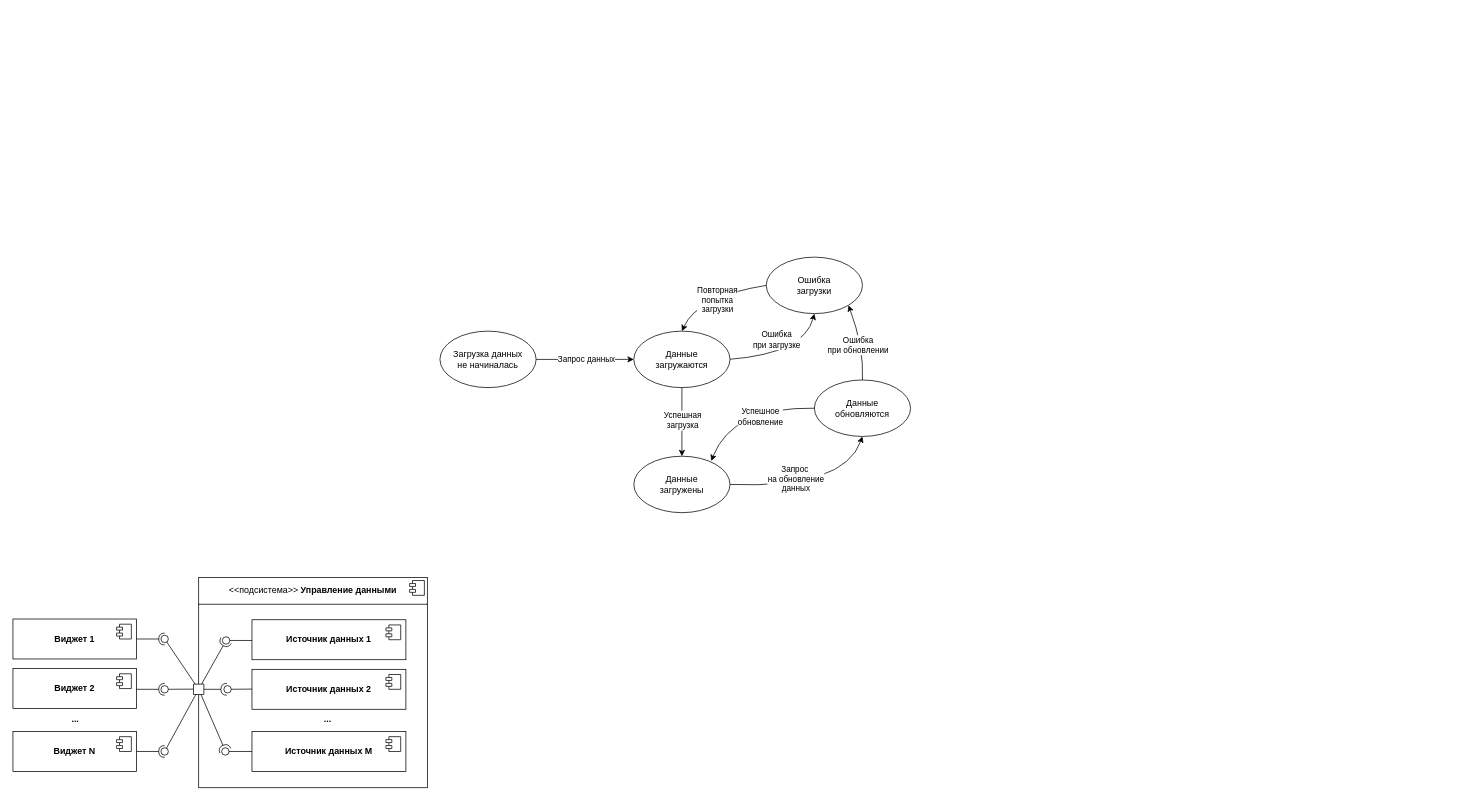
Before: page "Страница — 2" (2 of 2) of dynagraph.drawio in HardenedHunter/dynagraph, a draw.io diagram. Source tidied: cells renumbered, new cells numbered last; positions are measured from the earlier drawing's top-left corner, leaving out a move shared by most shapes. Both pictures are drawn from the tidied source at 74%, with x=0, y=0 at pixel (13, 257).
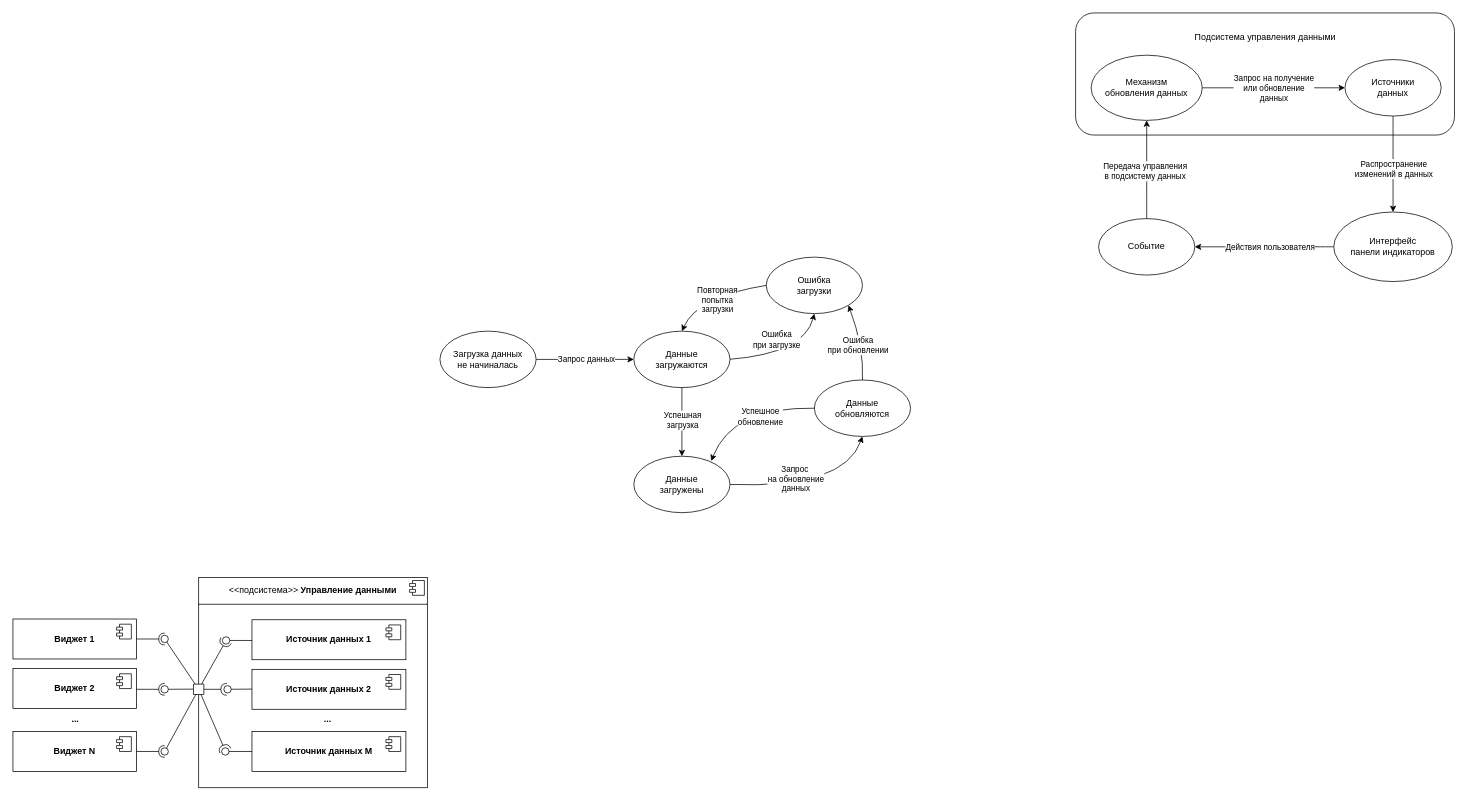
The same page after the edit.

Diff of the diagram source:
```diff
@@
+    <mxCell id="50" value="Событие" style="ellipse;whiteSpace=wrap;html=1;" parent="1" vertex="1">
+      <mxGeometry x="1467.1" y="-52.1" width="130" height="76.3" as="geometry" />
+    </mxCell>
+    <mxCell id="51" value="Интерфейс&lt;br&gt;панели индикаторов" style="ellipse;whiteSpace=wrap;html=1;" parent="1" vertex="1">
+      <mxGeometry x="1784.9" y="-61" width="160.2" height="94" as="geometry" />
+    </mxCell>
+    <mxCell id="52" style="rounded=1;whiteSpace=wrap;html=1;" parent="1" vertex="1">
+      <mxGeometry x="1436" y="-330" width="512" height="165" as="geometry" />
+    </mxCell>
+    <mxCell id="53" value="Подсистема управления данными" style="text;html=1;align=center;verticalAlign=middle;whiteSpace=wrap;rounded=0;" parent="1" vertex="1">
+      <mxGeometry x="1577.5" y="-312" width="229" height="30" as="geometry" />
+    </mxCell>
+    <mxCell id="54" value="Источники&lt;br&gt;данных" style="ellipse;whiteSpace=wrap;html=1;" parent="1" vertex="1">
+      <mxGeometry x="1800" y="-267" width="130" height="76.3" as="geometry" />
+    </mxCell>
+    <mxCell id="55" value="Механизм &lt;br&gt;обновления данных" style="ellipse;whiteSpace=wrap;html=1;" parent="1" vertex="1">
+      <mxGeometry x="1457" y="-272.9" width="150.2" height="88.1" as="geometry" />
+    </mxCell>
+    <mxCell id="56" style="curved=1;endArrow=classic;html=1;rounded=0;entryX=0;entryY=0.5;entryDx=0;entryDy=0;exitX=1;exitY=0.5;exitDx=0;exitDy=0;" parent="1" edge="1" source="55" target="54">
+      <mxGeometry relative="1" as="geometry" />
+    </mxCell>
+    <mxCell id="57" value="Запрос на получение&lt;br&gt;или обновление&lt;br&gt;данных" style="edgeLabel;html=1;align=center;verticalAlign=middle;" parent="56" vertex="1">
+      <mxGeometry x="0.37" y="-28" relative="1" as="geometry">
+        <mxPoint x="-36" y="-28" as="offset" />
+      </mxGeometry>
+    </mxCell>
+    <mxCell id="58" style="curved=1;endArrow=classic;html=1;rounded=0;entryX=0.5;entryY=0;entryDx=0;entryDy=0;exitX=0.5;exitY=1;exitDx=0;exitDy=0;" parent="1" edge="1" source="54" target="51">
+      <mxGeometry relative="1" as="geometry" />
+    </mxCell>
+    <mxCell id="59" value="Распространение&lt;br&gt;изменений в данных" style="edgeLabel;html=1;align=center;verticalAlign=middle;" parent="58" vertex="1">
+      <mxGeometry x="0.37" y="-28" relative="1" as="geometry">
+        <mxPoint x="28" y="-18" as="offset" />
+      </mxGeometry>
+    </mxCell>
+    <mxCell id="60" style="curved=1;endArrow=classic;html=1;rounded=0;entryX=1;entryY=0.5;entryDx=0;entryDy=0;exitX=0;exitY=0.5;exitDx=0;exitDy=0;" parent="1" edge="1" source="51" target="50">
+      <mxGeometry relative="1" as="geometry" />
+    </mxCell>
+    <mxCell id="61" value="Действия пользователя" style="edgeLabel;html=1;align=center;verticalAlign=middle;" parent="60" vertex="1">
+      <mxGeometry x="0.37" y="-28" relative="1" as="geometry">
+        <mxPoint x="43" y="28" as="offset" />
+      </mxGeometry>
+    </mxCell>
+    <mxCell id="62" style="curved=1;endArrow=classic;html=1;rounded=0;exitX=0.5;exitY=0;exitDx=0;exitDy=0;" parent="1" edge="1" source="50" target="55">
+      <mxGeometry relative="1" as="geometry" />
+    </mxCell>
+    <mxCell id="63" value="Передача управления&lt;br&gt;в подсистему данных" style="edgeLabel;html=1;align=center;verticalAlign=middle;" parent="62" vertex="1">
+      <mxGeometry x="0.37" y="-28" relative="1" as="geometry">
+        <mxPoint x="-31" y="27" as="offset" />
+      </mxGeometry>
+    </mxCell>
```
